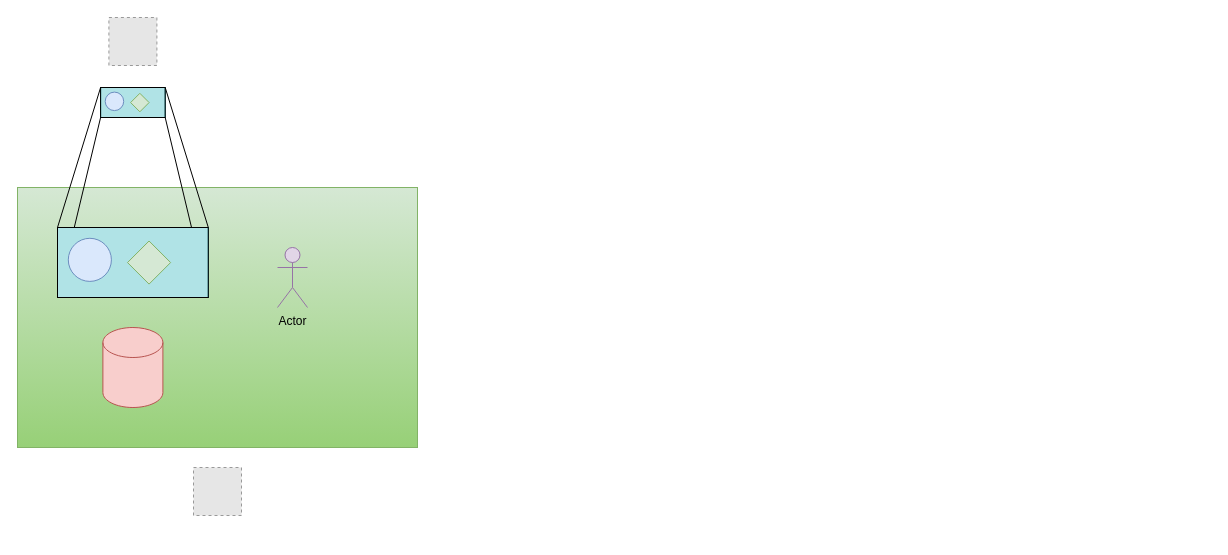
Above: page "复古像素风" (5 of 5) of bevy-0.17.drawio in topkg/graph (draw.io), before the change. Source tidied: cells renumbered, new cells numbered last; positions are measured from the earlier drawing's top-left corner, leaving out a move shared by most shapes. Both pictures are drawn from the tidied source at 100%, with x=0, y=0 at pixel (17, 17). Pictures stored in the file or linked from it are replaced by grey dashed boxes.
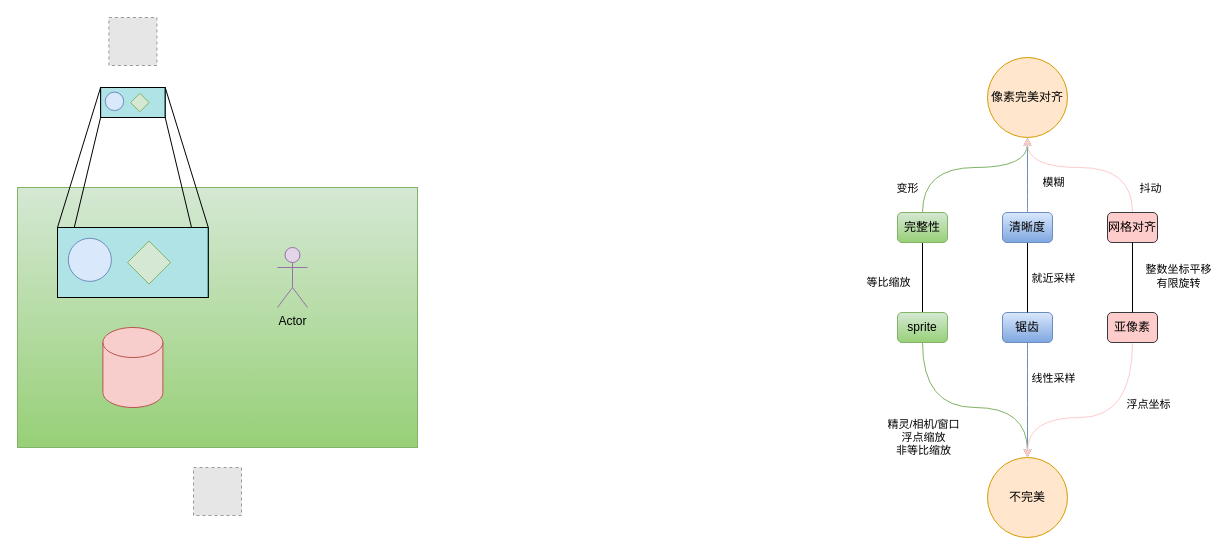
The same page after the edit.

Commit message:
复古像素风

The edit, as a diff of the source:
```diff
@@
+    <mxCell id="19" value="像素完美对齐" style="ellipse;whiteSpace=wrap;html=1;fillColor=#ffe6cc;strokeColor=#d79b00;" parent="1" vertex="1">
+      <mxGeometry x="970" y="40" width="80" height="80" as="geometry" />
+    </mxCell>
+    <mxCell id="20" value="不完美" style="ellipse;whiteSpace=wrap;html=1;fillColor=#ffe6cc;strokeColor=#d79b00;" parent="1" vertex="1">
+      <mxGeometry x="970" y="440" width="80" height="80" as="geometry" />
+    </mxCell>
+    <mxCell id="21" style="edgeStyle=orthogonalEdgeStyle;rounded=0;jettySize=auto;html=1;curved=1;fillColor=#d5e8d4;gradientColor=#97d077;strokeColor=#82b366;" parent="1" edge="1" source="25" target="19">
+      <mxGeometry relative="1" as="geometry">
+        <Array as="points">
+          <mxPoint x="905" y="150" />
+          <mxPoint x="1010" y="150" />
+        </Array>
+      </mxGeometry>
+    </mxCell>
+    <mxCell id="22" value="变形" style="edgeLabel;html=1;align=center;verticalAlign=middle;" parent="21" vertex="1">
+      <mxGeometry x="-0.04" relative="1" as="geometry">
+        <mxPoint x="-57" y="20" as="offset" />
+      </mxGeometry>
+    </mxCell>
+    <mxCell id="23" style="edgeStyle=orthogonalEdgeStyle;rounded=0;jettySize=auto;html=1;endArrow=none;endFill=0;" parent="1" edge="1" source="25" target="33">
+      <mxGeometry relative="1" as="geometry" />
+    </mxCell>
+    <mxCell id="24" value="等比缩放" style="edgeLabel;html=1;align=center;verticalAlign=middle;" parent="23" vertex="1">
+      <mxGeometry x="0.19" relative="1" as="geometry">
+        <mxPoint x="-35" y="-3" as="offset" />
+      </mxGeometry>
+    </mxCell>
+    <mxCell id="25" value="完整性" style="rounded=1;whiteSpace=wrap;html=1;fillColor=#d5e8d4;gradientColor=#97d077;strokeColor=#82b366;" parent="1" vertex="1">
+      <mxGeometry x="880" y="195" width="50" height="30" as="geometry" />
+    </mxCell>
+    <mxCell id="26" style="edgeStyle=orthogonalEdgeStyle;rounded=0;jettySize=auto;html=1;curved=1;fillColor=#dae8fc;gradientColor=#7ea6e0;strokeColor=#6c8ebf;" parent="1" edge="1" source="44" target="19">
+      <mxGeometry relative="1" as="geometry" />
+    </mxCell>
+    <mxCell id="27" value="模糊" style="edgeLabel;html=1;align=center;verticalAlign=middle;" parent="26" vertex="1">
+      <mxGeometry x="-0.17" y="-5" relative="1" as="geometry">
+        <mxPoint x="20" as="offset" />
+      </mxGeometry>
+    </mxCell>
+    <mxCell id="28" style="edgeStyle=orthogonalEdgeStyle;rounded=0;jettySize=auto;html=1;curved=1;fillColor=#ffcccc;strokeColor=#FFCCCC;" parent="1" edge="1" source="30" target="19">
+      <mxGeometry relative="1" as="geometry">
+        <Array as="points">
+          <mxPoint x="1115" y="150" />
+          <mxPoint x="1010" y="150" />
+        </Array>
+      </mxGeometry>
+    </mxCell>
+    <mxCell id="29" value="抖动" style="edgeLabel;html=1;align=center;verticalAlign=middle;" parent="28" vertex="1">
+      <mxGeometry x="-0.18" y="-5" relative="1" as="geometry">
+        <mxPoint x="46" y="25" as="offset" />
+      </mxGeometry>
+    </mxCell>
+    <mxCell id="30" value="网格对齐" style="rounded=1;whiteSpace=wrap;html=1;fillColor=#ffcccc;strokeColor=#36393d;" parent="1" vertex="1">
+      <mxGeometry x="1090" y="195" width="50" height="30" as="geometry" />
+    </mxCell>
+    <mxCell id="31" style="edgeStyle=orthogonalEdgeStyle;rounded=0;jettySize=auto;html=1;curved=1;fillColor=#cdeb8b;strokeColor=#82B366;" parent="1" edge="1" source="33" target="20">
+      <mxGeometry relative="1" as="geometry">
+        <Array as="points">
+          <mxPoint x="905" y="390" />
+          <mxPoint x="1010" y="390" />
+        </Array>
+      </mxGeometry>
+    </mxCell>
+    <mxCell id="32" value="&lt;div&gt;精灵/相机/窗口&lt;/div&gt;浮点缩放&lt;div&gt;非等比缩放&lt;/div&gt;" style="edgeLabel;html=1;align=center;verticalAlign=middle;" parent="31" vertex="1">
+      <mxGeometry x="-0.55" y="-4" relative="1" as="geometry">
+        <mxPoint x="4" y="45" as="offset" />
+      </mxGeometry>
+    </mxCell>
+    <mxCell id="33" value="sprite" style="rounded=1;whiteSpace=wrap;html=1;fillColor=#d5e8d4;gradientColor=#97d077;strokeColor=#82b366;" parent="1" vertex="1">
+      <mxGeometry x="880" y="295" width="50" height="30" as="geometry" />
+    </mxCell>
+    <mxCell id="34" style="edgeStyle=orthogonalEdgeStyle;rounded=0;jettySize=auto;html=1;curved=1;strokeColor=#6C8EBF;" parent="1" edge="1" source="36" target="20">
+      <mxGeometry relative="1" as="geometry" />
+    </mxCell>
+    <mxCell id="35" value="线性采样" style="edgeLabel;html=1;align=center;verticalAlign=middle;" parent="34" vertex="1">
+      <mxGeometry x="-0.45" relative="1" as="geometry">
+        <mxPoint x="25" y="3" as="offset" />
+      </mxGeometry>
+    </mxCell>
+    <mxCell id="36" value="锯齿" style="rounded=1;whiteSpace=wrap;html=1;fillColor=#dae8fc;gradientColor=#7ea6e0;strokeColor=#6c8ebf;" parent="1" vertex="1">
+      <mxGeometry x="985" y="295" width="50" height="30" as="geometry" />
+    </mxCell>
+    <mxCell id="37" style="edgeStyle=orthogonalEdgeStyle;rounded=0;jettySize=auto;html=1;curved=1;strokeColor=#FFCCCC;" parent="1" edge="1" source="39" target="20">
+      <mxGeometry relative="1" as="geometry">
+        <Array as="points">
+          <mxPoint x="1115" y="400" />
+          <mxPoint x="1010" y="400" />
+        </Array>
+      </mxGeometry>
+    </mxCell>
+    <mxCell id="38" value="浮点坐标" style="edgeLabel;html=1;align=center;verticalAlign=middle;" parent="37" vertex="1">
+      <mxGeometry x="-0.64" y="1" relative="1" as="geometry">
+        <mxPoint x="14" y="21" as="offset" />
+      </mxGeometry>
+    </mxCell>
+    <mxCell id="39" value="亚像素" style="rounded=1;whiteSpace=wrap;html=1;fillColor=#ffcccc;strokeColor=#36393d;" parent="1" vertex="1">
+      <mxGeometry x="1090" y="295" width="50" height="30" as="geometry" />
+    </mxCell>
+    <mxCell id="40" style="edgeStyle=orthogonalEdgeStyle;rounded=0;jettySize=auto;html=1;endArrow=none;endFill=0;" parent="1" edge="1" source="44" target="36">
+      <mxGeometry relative="1" as="geometry" />
+    </mxCell>
+    <mxCell id="41" value="就近采样" style="edgeLabel;html=1;align=center;verticalAlign=middle;" parent="40" vertex="1">
+      <mxGeometry x="-0.03" relative="1" as="geometry">
+        <mxPoint x="25" y="1" as="offset" />
+      </mxGeometry>
+    </mxCell>
+    <mxCell id="42" style="edgeStyle=orthogonalEdgeStyle;rounded=0;jettySize=auto;html=1;endArrow=none;endFill=0;" parent="1" edge="1" source="30" target="39">
+      <mxGeometry relative="1" as="geometry" />
+    </mxCell>
+    <mxCell id="43" value="整数坐标平移&lt;div&gt;有限旋转&lt;/div&gt;" style="edgeLabel;html=1;align=center;verticalAlign=middle;" parent="42" vertex="1">
+      <mxGeometry x="-0.03" relative="1" as="geometry">
+        <mxPoint x="45" y="-1" as="offset" />
+      </mxGeometry>
+    </mxCell>
+    <mxCell id="44" value="清晰度" style="rounded=1;whiteSpace=wrap;html=1;fillColor=#dae8fc;gradientColor=#7ea6e0;strokeColor=#6c8ebf;" parent="1" vertex="1">
+      <mxGeometry x="985" y="195" width="50" height="30" as="geometry" />
+    </mxCell>
```
